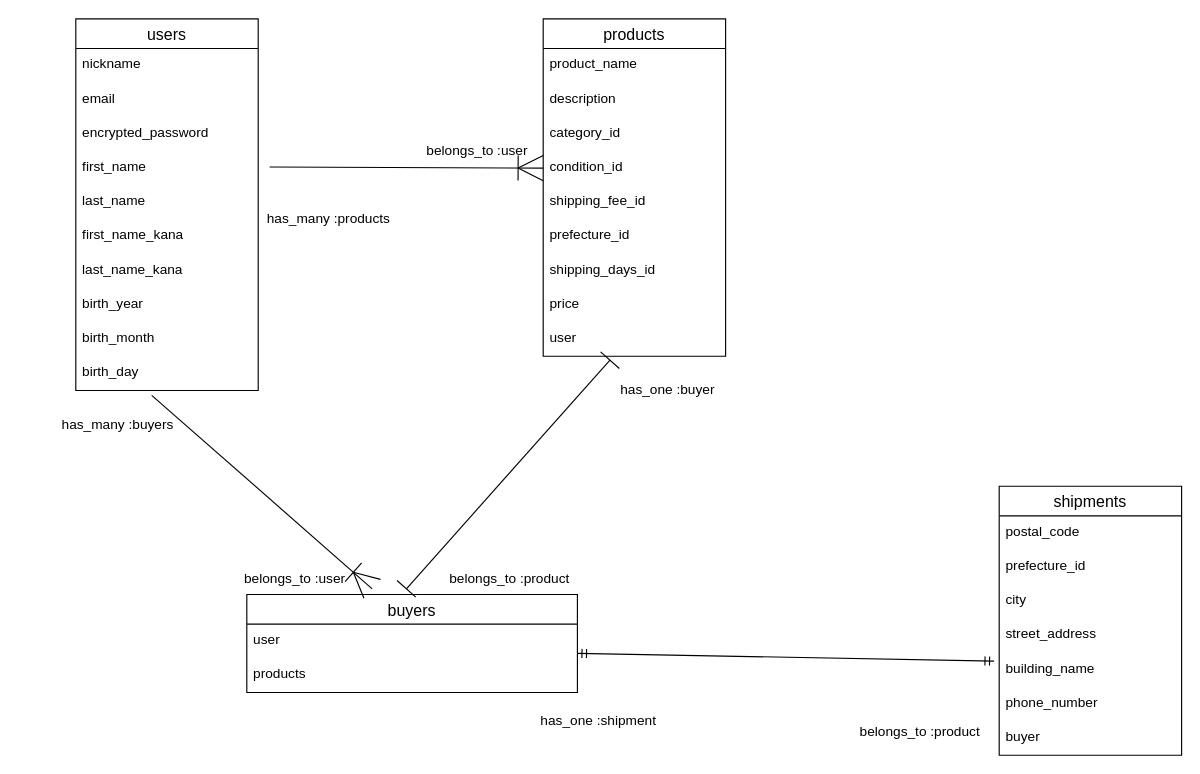
burgman2000/furima-40006 keeps this draw.io diagram as fumima-40006.dio. Above is the earlier version. Source tidied: cells renumbered, new cells numbered last; positions are measured from the earlier drawing's top-left corner, leaving out a move shared by most shapes. Both pictures are drawn from the tidied source at 114%, with x=0, y=0 at pixel (18, 18).
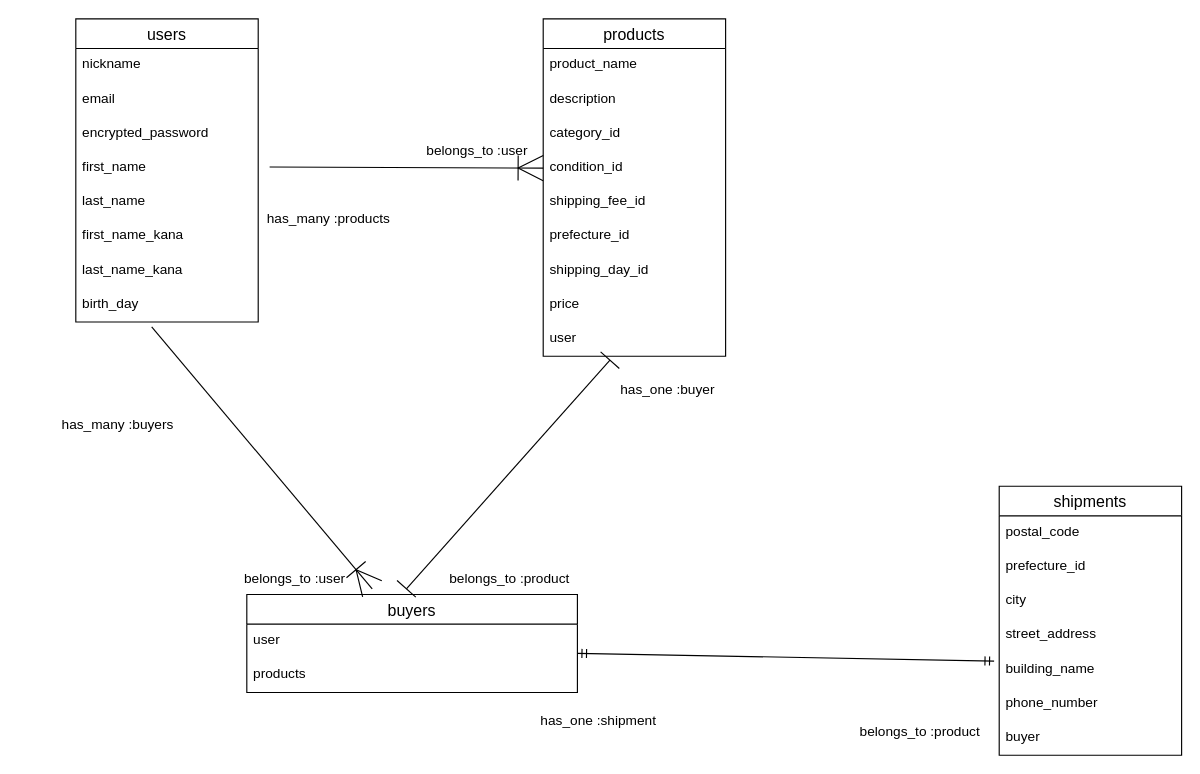
Above is the later version.

Unchanged cells that the change refers to:
```xml
<mxCell id="13" value="products" style="swimlane;fontStyle=0;horizontal=1;startSize=26;align=center;fontSize=14;" parent="1" vertex="1">
  <mxGeometry x="460" width="160" height="296" as="geometry" />
</mxCell>
```

The edit, as a diff of the source:
```diff
@@
     <mxCell id="2" value="users" style="swimlane;fontStyle=0;horizontal=1;startSize=26;align=center;fontSize=14;" parent="1" vertex="1">
-      <mxGeometry x="50" width="160" height="326" as="geometry" />
+      <mxGeometry x="50" width="160" height="266" as="geometry" />
     </mxCell>
@@
-    <mxCell id="10" value="birth_year" style="text;strokeColor=none;fillColor=none;spacingLeft=4;spacingRight=4;overflow=hidden;fontSize=12;" parent="2" vertex="1">
-      <mxGeometry y="236" width="160" height="30" as="geometry" />
-    </mxCell>
-    <mxCell id="11" value="birth_month " style="text;strokeColor=none;fillColor=none;spacingLeft=4;spacingRight=4;overflow=hidden;fontSize=12;" parent="2" vertex="1">
-      <mxGeometry y="266" width="160" height="30" as="geometry" />
-    </mxCell>
     <mxCell id="12" value="birth_day" style="text;strokeColor=none;fillColor=none;spacingLeft=4;spacingRight=4;overflow=hidden;points=[[0,0.5],[1,0.5]];portConstraint=eastwest;fontSize=12;" parent="2" vertex="1">
-      <mxGeometry y="296" width="160" height="30" as="geometry" />
+      <mxGeometry y="236" width="160" height="30" as="geometry" />
     </mxCell>
@@
-    <mxCell id="20" value="shipping_days_id" style="text;strokeColor=none;fillColor=none;spacingLeft=4;spacingRight=4;overflow=hidden;fontSize=12;" parent="13" vertex="1">
+    <mxCell id="20" value="shipping_day_id" style="text;strokeColor=none;fillColor=none;spacingLeft=4;spacingRight=4;overflow=hidden;fontSize=12;" parent="13" vertex="1">
       <mxGeometry y="206" width="160" height="30" as="geometry" />
     </mxCell>
```
